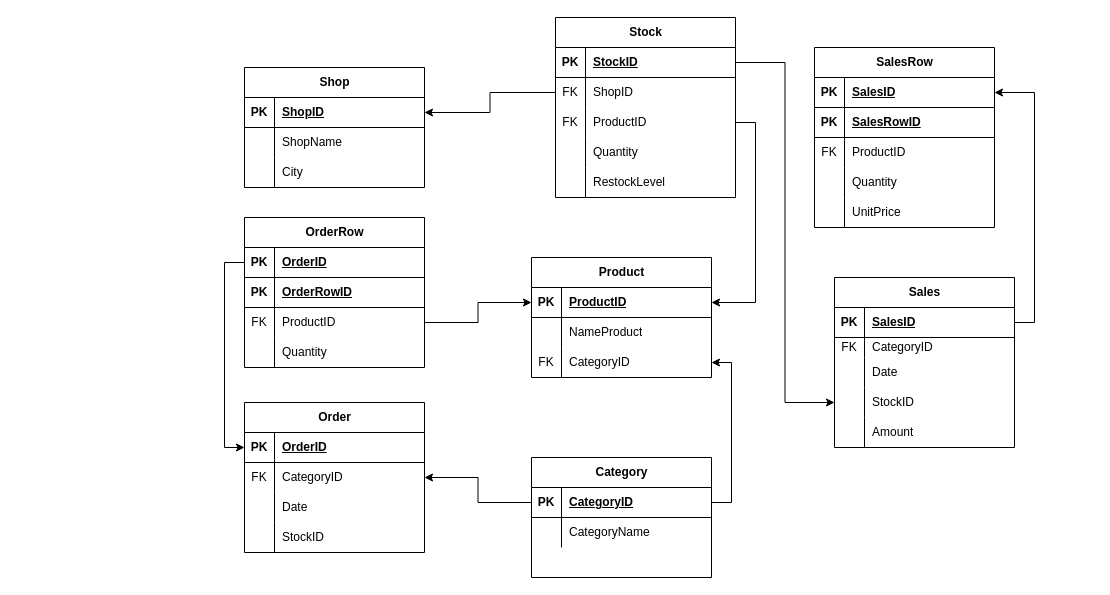
Before: Diagramma senza titolo.drawio in LuigiSolazzi/EpicodeSQL, a draw.io diagram. Source tidied: cells renumbered, new cells numbered last; positions are measured from the earlier drawing's top-left corner, leaving out a move shared by most shapes. Both pictures are drawn from the tidied source at 100%, with x=0, y=0 at pixel (244, 17).
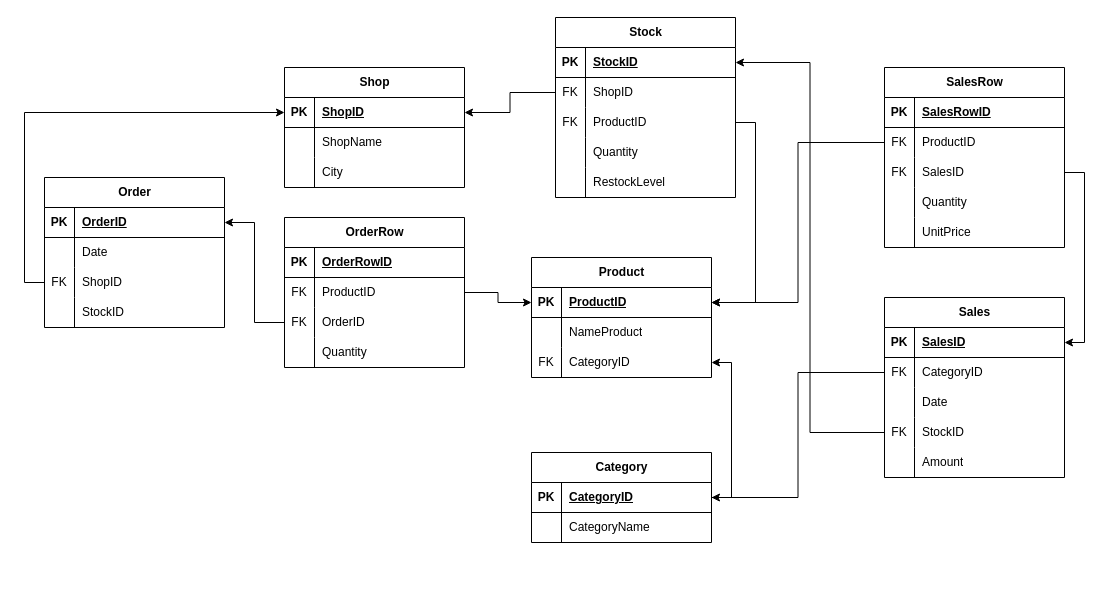
The same diagram, later.

Unchanged cells that the change refers to:
```xml
<mxCell id="3" style="shape=tableRow;horizontal=0;startSize=0;swimlaneHead=0;swimlaneBody=0;fillColor=none;points=[[0,0.5],[1,0.5]];portConstraint=eastwest;top=0;left=0;right=0;bottom=1;" parent="2" vertex="1">
  <mxGeometry y="30" width="180" height="30" as="geometry" />
</mxCell>
<mxCell id="9" style="shape=tableRow;horizontal=0;startSize=0;swimlaneHead=0;swimlaneBody=0;fillColor=none;points=[[0,0.5],[1,0.5]];portConstraint=eastwest;top=0;left=0;right=0;bottom=0;" parent="2" vertex="1">
  <mxGeometry y="90" width="180" height="30" as="geometry" />
</mxCell>
<mxCell id="13" style="shape=tableRow;horizontal=0;startSize=0;swimlaneHead=0;swimlaneBody=0;fillColor=none;points=[[0,0.5],[1,0.5]];portConstraint=eastwest;top=0;left=0;right=0;bottom=1;" parent="12" vertex="1">
  <mxGeometry y="30" width="180" height="30" as="geometry" />
</mxCell>
<mxCell id="36" style="shape=tableRow;horizontal=0;startSize=0;swimlaneHead=0;swimlaneBody=0;fillColor=none;points=[[0,0.5],[1,0.5]];portConstraint=eastwest;top=0;left=0;right=0;bottom=1;" parent="35" vertex="1">
  <mxGeometry y="30" width="180" height="30" as="geometry" />
</mxCell>
<mxCell id="46" style="shape=tableRow;horizontal=0;startSize=0;swimlaneHead=0;swimlaneBody=0;fillColor=none;points=[[0,0.5],[1,0.5]];portConstraint=eastwest;top=0;left=0;right=0;bottom=1;" parent="45" vertex="1">
  <mxGeometry y="30" width="180" height="30" as="geometry" />
</mxCell>
<mxCell id="74" style="shape=tableRow;horizontal=0;startSize=0;swimlaneHead=0;swimlaneBody=0;fillColor=none;points=[[0,0.5],[1,0.5]];portConstraint=eastwest;top=0;left=0;right=0;bottom=1;" parent="73" vertex="1">
  <mxGeometry y="30" width="180" height="30" as="geometry" />
</mxCell>
```

Diff of the diagram source:
```diff
@@
-    <mxCell id="28" value="Category" style="shape=table;startSize=30;childLayout=tableLayout;rowLines=0;fontStyle=1;align=center;html=1;" parent="1" vertex="1">
-      <mxGeometry x="287" y="440" width="180" height="120" as="geometry" />
-    </mxCell>
-    <mxCell id="29" style="shape=tableRow;horizontal=0;startSize=0;swimlaneHead=0;swimlaneBody=0;fillColor=none;points=[[0,0.5],[1,0.5]];portConstraint=eastwest;top=0;left=0;right=0;bottom=1;" parent="28" vertex="1">
-      <mxGeometry y="30" width="180" height="30" as="geometry" />
-    </mxCell>
-    <mxCell id="30" value="PK" style="shape=partialRectangle;fillColor=none;top=0;left=0;bottom=0;right=0;fontStyle=1;overflow=hidden;whiteSpace=wrap;html=1;" parent="29" vertex="1">
-      <mxGeometry width="30" height="30" as="geometry" />
-    </mxCell>
-    <mxCell id="31" value="CategoryID" style="shape=partialRectangle;fillColor=none;top=0;left=0;bottom=0;right=0;align=left;spacingLeft=6;fontStyle=5;overflow=hidden;whiteSpace=wrap;html=1;" parent="29" vertex="1">
-      <mxGeometry x="30" width="150" height="30" as="geometry" />
-    </mxCell>
-    <mxCell id="32" style="shape=tableRow;horizontal=0;startSize=0;swimlaneHead=0;swimlaneBody=0;fillColor=none;top=0;left=0;right=0;bottom=0;" parent="28" vertex="1">
-      <mxGeometry y="60" width="180" height="30" as="geometry" />
-    </mxCell>
-    <mxCell id="33" style="shape=partialRectangle;fillColor=none;top=0;left=0;bottom=0;right=0;overflow=hidden;whiteSpace=wrap;html=1;" parent="32" vertex="1">
-      <mxGeometry width="30" height="30" as="geometry" />
-    </mxCell>
-    <mxCell id="34" value="CategoryName" style="shape=partialRectangle;fillColor=none;top=0;left=0;bottom=0;right=0;align=left;spacingLeft=6;overflow=hidden;whiteSpace=wrap;html=1;" parent="32" vertex="1">
-      <mxGeometry x="30" width="150" height="30" as="geometry" />
-    </mxCell>
     <mxCell id="35" value="Shop" style="shape=table;startSize=30;childLayout=tableLayout;rowLines=0;fontStyle=1;align=center;html=1;" parent="1" vertex="1">
-      <mxGeometry y="50" width="180" height="120" as="geometry" />
+      <mxGeometry x="40" y="50" width="180" height="120" as="geometry" />
     </mxCell>
@@
     <mxCell id="45" value="Order" style="shape=table;startSize=30;childLayout=tableLayout;rowLines=0;fontStyle=1;align=center;html=1;" parent="1" vertex="1">
-      <mxGeometry y="385" width="180" height="150" as="geometry" />
+      <mxGeometry x="-200" y="160" width="180" height="150" as="geometry" />
     </mxCell>
@@
-    <mxCell id="49" style="shape=tableRow;horizontal=0;startSize=0;swimlaneHead=0;swimlaneBody=0;fillColor=none;points=[[0,0.5],[1,0.5]];portConstraint=eastwest;top=0;left=0;right=0;bottom=0;" parent="45" vertex="1">
-      <mxGeometry y="60" width="180" height="30" as="geometry" />
-    </mxCell>
-    <mxCell id="50" value="FK" style="shape=partialRectangle;fillColor=none;top=0;left=0;bottom=0;right=0;overflow=hidden;whiteSpace=wrap;html=1;" parent="49" vertex="1">
-      <mxGeometry width="30" height="30" as="geometry" />
-    </mxCell>
-    <mxCell id="51" value="CategoryID" style="shape=partialRectangle;fillColor=none;top=0;left=0;bottom=0;right=0;align=left;spacingLeft=6;overflow=hidden;whiteSpace=wrap;html=1;" parent="49" vertex="1">
-      <mxGeometry x="30" width="150" height="30" as="geometry" />
-    </mxCell>
     <mxCell id="52" style="shape=tableRow;horizontal=0;startSize=0;swimlaneHead=0;swimlaneBody=0;fillColor=none;top=0;left=0;right=0;bottom=0;" parent="45" vertex="1">
-      <mxGeometry y="90" width="180" height="30" as="geometry" />
+      <mxGeometry y="60" width="180" height="30" as="geometry" />
     </mxCell>
@@
+    <mxCell id="111" style="shape=tableRow;horizontal=0;startSize=0;swimlaneHead=0;swimlaneBody=0;fillColor=none;points=[[0,0.5],[1,0.5]];portConstraint=eastwest;top=0;left=0;right=0;bottom=0;" parent="45" vertex="1">
+      <mxGeometry y="90" width="180" height="30" as="geometry" />
+    </mxCell>
+    <mxCell id="112" value="FK" style="shape=partialRectangle;fillColor=none;top=0;left=0;bottom=0;right=0;overflow=hidden;whiteSpace=wrap;html=1;" parent="111" vertex="1">
+      <mxGeometry width="30" height="30" as="geometry" />
+    </mxCell>
+    <mxCell id="113" value="ShopID" style="shape=partialRectangle;fillColor=none;top=0;left=0;bottom=0;right=0;align=left;spacingLeft=6;overflow=hidden;whiteSpace=wrap;html=1;" parent="111" vertex="1">
+      <mxGeometry x="30" width="150" height="30" as="geometry" />
+    </mxCell>
@@
     <mxCell id="58" value="OrderRow" style="shape=table;startSize=30;childLayout=tableLayout;rowLines=0;fontStyle=1;align=center;html=1;" parent="1" vertex="1">
-      <mxGeometry y="200" width="180" height="150" as="geometry" />
+      <mxGeometry x="40" y="200" width="180" height="150" as="geometry" />
     </mxCell>
-    <mxCell id="59" style="shape=tableRow;horizontal=0;startSize=0;swimlaneHead=0;swimlaneBody=0;fillColor=none;points=[[0,0.5],[1,0.5]];portConstraint=eastwest;top=0;left=0;right=0;bottom=1;" parent="58" vertex="1">
-      <mxGeometry y="30" width="180" height="30" as="geometry" />
-    </mxCell>
-    <mxCell id="60" value="PK" style="shape=partialRectangle;fillColor=none;top=0;left=0;bottom=0;right=0;fontStyle=1;overflow=hidden;whiteSpace=wrap;html=1;" parent="59" vertex="1">
-      <mxGeometry width="30" height="30" as="geometry" />
-    </mxCell>
-    <mxCell id="61" value="OrderID" style="shape=partialRectangle;fillColor=none;top=0;left=0;bottom=0;right=0;align=left;spacingLeft=6;fontStyle=5;overflow=hidden;whiteSpace=wrap;html=1;" parent="59" vertex="1">
-      <mxGeometry x="30" width="150" height="30" as="geometry" />
-    </mxCell>
     <mxCell id="62" style="shape=tableRow;horizontal=0;startSize=0;swimlaneHead=0;swimlaneBody=0;fillColor=none;top=0;left=0;right=0;bottom=1;" parent="58" vertex="1">
-      <mxGeometry y="60" width="180" height="30" as="geometry" />
+      <mxGeometry y="30" width="180" height="30" as="geometry" />
     </mxCell>
@@
     <mxCell id="65" style="shape=tableRow;horizontal=0;startSize=0;swimlaneHead=0;swimlaneBody=0;fillColor=none;points=[[0,0.5],[1,0.5]];portConstraint=eastwest;top=0;left=0;right=0;bottom=0;" parent="58" vertex="1">
-      <mxGeometry y="90" width="180" height="30" as="geometry" />
+      <mxGeometry y="60" width="180" height="30" as="geometry" />
     </mxCell>
@@
+    <mxCell id="114" style="shape=tableRow;horizontal=0;startSize=0;swimlaneHead=0;swimlaneBody=0;fillColor=none;points=[[0,0.5],[1,0.5]];portConstraint=eastwest;top=0;left=0;right=0;bottom=0;" parent="58" vertex="1">
+      <mxGeometry y="90" width="180" height="30" as="geometry" />
+    </mxCell>
+    <mxCell id="115" value="FK" style="shape=partialRectangle;fillColor=none;top=0;left=0;bottom=0;right=0;overflow=hidden;whiteSpace=wrap;html=1;" parent="114" vertex="1">
+      <mxGeometry width="30" height="30" as="geometry" />
+    </mxCell>
+    <mxCell id="61" value="OrderID" style="shape=partialRectangle;fillColor=none;top=0;left=0;bottom=0;right=0;align=left;spacingLeft=6;overflow=hidden;whiteSpace=wrap;html=1;" parent="114" vertex="1">
+      <mxGeometry x="30" width="150" height="30" as="geometry" />
+    </mxCell>
@@
-    <mxCell id="71" style="edgeStyle=orthogonalEdgeStyle;rounded=0;jettySize=auto;html=1;exitX=0;exitY=0.5;exitDx=0;exitDy=0;entryX=1;entryY=0.5;entryDx=0;entryDy=0;" parent="1" edge="1" source="29" target="49">
-      <mxGeometry relative="1" as="geometry" />
-    </mxCell>
@@
     <mxCell id="73" value="Sales" style="shape=table;startSize=30;childLayout=tableLayout;rowLines=0;fontStyle=1;align=center;html=1;" parent="1" vertex="1">
-      <mxGeometry x="590" y="260" width="180" height="170" as="geometry" />
+      <mxGeometry x="640" y="280" width="180" height="180" as="geometry" />
     </mxCell>
@@
     <mxCell id="77" style="shape=tableRow;horizontal=0;startSize=0;swimlaneHead=0;swimlaneBody=0;fillColor=none;points=[[0,0.5],[1,0.5]];portConstraint=eastwest;top=0;left=0;right=0;bottom=0;" parent="73" vertex="1">
-      <mxGeometry y="60" width="180" height="20" as="geometry" />
+      <mxGeometry y="60" width="180" height="30" as="geometry" />
     </mxCell>
     <mxCell id="78" value="FK" style="shape=partialRectangle;fillColor=none;top=0;left=0;bottom=0;right=0;overflow=hidden;whiteSpace=wrap;html=1;" parent="77" vertex="1">
-      <mxGeometry width="30" height="20" as="geometry" />
+      <mxGeometry width="30" height="30" as="geometry" />
     </mxCell>
     <mxCell id="79" value="CategoryID" style="shape=partialRectangle;fillColor=none;top=0;left=0;bottom=0;right=0;align=left;spacingLeft=6;overflow=hidden;whiteSpace=wrap;html=1;" parent="77" vertex="1">
-      <mxGeometry x="30" width="150" height="20" as="geometry" />
+      <mxGeometry x="30" width="150" height="30" as="geometry" />
     </mxCell>
     <mxCell id="80" style="shape=tableRow;horizontal=0;startSize=0;swimlaneHead=0;swimlaneBody=0;fillColor=none;top=0;left=0;right=0;bottom=0;" parent="73" vertex="1">
-      <mxGeometry y="80" width="180" height="30" as="geometry" />
+      <mxGeometry y="90" width="180" height="30" as="geometry" />
     </mxCell>
@@
     <mxCell id="83" style="shape=tableRow;horizontal=0;startSize=0;swimlaneHead=0;swimlaneBody=0;fillColor=none;points=[[0,0.5],[1,0.5]];portConstraint=eastwest;top=0;left=0;right=0;bottom=0;" parent="73" vertex="1">
-      <mxGeometry y="110" width="180" height="30" as="geometry" />
+      <mxGeometry y="120" width="180" height="30" as="geometry" />
     </mxCell>
-    <mxCell id="84" style="shape=partialRectangle;fillColor=none;top=0;left=0;bottom=0;right=0;overflow=hidden;whiteSpace=wrap;html=1;" parent="83" vertex="1">
+    <mxCell id="84" value="FK" style="shape=partialRectangle;fillColor=none;top=0;left=0;bottom=0;right=0;overflow=hidden;whiteSpace=wrap;html=1;" parent="83" vertex="1">
       <mxGeometry width="30" height="30" as="geometry" />
     </mxCell>
@@
     <mxCell id="86" style="shape=tableRow;horizontal=0;startSize=0;swimlaneHead=0;swimlaneBody=0;fillColor=none;top=0;left=0;right=0;bottom=0;" parent="73" vertex="1">
-      <mxGeometry y="140" width="180" height="30" as="geometry" />
+      <mxGeometry y="150" width="180" height="30" as="geometry" />
     </mxCell>
@@
     <mxCell id="89" value="SalesRow" style="shape=table;startSize=30;childLayout=tableLayout;rowLines=0;fontStyle=1;align=center;html=1;" parent="1" vertex="1">
-      <mxGeometry x="570" y="30" width="180" height="180" as="geometry" />
+      <mxGeometry x="640" y="50" width="180" height="180" as="geometry" />
     </mxCell>
-    <mxCell id="90" style="shape=tableRow;horizontal=0;startSize=0;swimlaneHead=0;swimlaneBody=0;fillColor=none;points=[[0,0.5],[1,0.5]];portConstraint=eastwest;top=0;left=0;right=0;bottom=1;" parent="89" vertex="1">
-      <mxGeometry y="30" width="180" height="30" as="geometry" />
-    </mxCell>
-    <mxCell id="91" value="PK" style="shape=partialRectangle;fillColor=none;top=0;left=0;bottom=0;right=0;fontStyle=1;overflow=hidden;whiteSpace=wrap;html=1;" parent="90" vertex="1">
-      <mxGeometry width="30" height="30" as="geometry" />
-    </mxCell>
-    <mxCell id="92" value="SalesID" style="shape=partialRectangle;fillColor=none;top=0;left=0;bottom=0;right=0;align=left;spacingLeft=6;fontStyle=5;overflow=hidden;whiteSpace=wrap;html=1;" parent="90" vertex="1">
-      <mxGeometry x="30" width="150" height="30" as="geometry" />
-    </mxCell>
     <mxCell id="93" style="shape=tableRow;horizontal=0;startSize=0;swimlaneHead=0;swimlaneBody=0;fillColor=none;top=0;left=0;right=0;bottom=1;" parent="89" vertex="1">
-      <mxGeometry y="60" width="180" height="30" as="geometry" />
+      <mxGeometry y="30" width="180" height="30" as="geometry" />
     </mxCell>
@@
     <mxCell id="96" style="shape=tableRow;horizontal=0;startSize=0;swimlaneHead=0;swimlaneBody=0;fillColor=none;points=[[0,0.5],[1,0.5]];portConstraint=eastwest;top=0;left=0;right=0;bottom=0;" parent="89" vertex="1">
-      <mxGeometry y="90" width="180" height="30" as="geometry" />
+      <mxGeometry y="60" width="180" height="30" as="geometry" />
     </mxCell>
@@
+    <mxCell id="116" style="shape=tableRow;horizontal=0;startSize=0;swimlaneHead=0;swimlaneBody=0;fillColor=none;points=[[0,0.5],[1,0.5]];portConstraint=eastwest;top=0;left=0;right=0;bottom=0;" parent="89" vertex="1">
+      <mxGeometry y="90" width="180" height="30" as="geometry" />
+    </mxCell>
+    <mxCell id="117" value="FK" style="shape=partialRectangle;fillColor=none;top=0;left=0;bottom=0;right=0;overflow=hidden;whiteSpace=wrap;html=1;" parent="116" vertex="1">
+      <mxGeometry width="30" height="30" as="geometry" />
+    </mxCell>
+    <mxCell id="92" value="SalesID" style="shape=partialRectangle;fillColor=none;top=0;left=0;bottom=0;right=0;align=left;spacingLeft=6;overflow=hidden;whiteSpace=wrap;html=1;" parent="116" vertex="1">
+      <mxGeometry x="30" width="150" height="30" as="geometry" />
+    </mxCell>
@@
-    <mxCell id="106" style="edgeStyle=orthogonalEdgeStyle;rounded=0;jettySize=auto;html=1;exitX=1;exitY=0.5;exitDx=0;exitDy=0;" parent="1" edge="1" source="13" target="83">
-      <mxGeometry relative="1" as="geometry" />
-    </mxCell>
-    <mxCell id="107" style="edgeStyle=orthogonalEdgeStyle;rounded=0;jettySize=auto;html=1;exitX=1;exitY=0.5;exitDx=0;exitDy=0;entryX=1;entryY=0.5;entryDx=0;entryDy=0;" parent="1" edge="1" source="74" target="90">
-      <mxGeometry relative="1" as="geometry" />
-    </mxCell>
-    <mxCell id="108" style="edgeStyle=orthogonalEdgeStyle;rounded=0;jettySize=auto;html=1;exitX=0;exitY=0.5;exitDx=0;exitDy=0;entryX=0;entryY=0.5;entryDx=0;entryDy=0;" parent="1" edge="1" source="59" target="46">
-      <mxGeometry relative="1" as="geometry" />
-    </mxCell>
@@
-    <mxCell id="110" style="edgeStyle=orthogonalEdgeStyle;rounded=0;jettySize=auto;html=1;exitX=1;exitY=0.5;exitDx=0;exitDy=0;entryX=1;entryY=0.5;entryDx=0;entryDy=0;" parent="1" edge="1" source="29" target="9">
-      <mxGeometry relative="1" as="geometry" />
-    </mxCell>
+    <mxCell id="28" value="Category" style="shape=table;startSize=30;childLayout=tableLayout;rowLines=0;fontStyle=1;align=center;html=1;" parent="1" vertex="1">
+      <mxGeometry x="287" y="435" width="180" height="90" as="geometry" />
+    </mxCell>
+    <mxCell id="118" style="shape=tableRow;horizontal=0;startSize=0;swimlaneHead=0;swimlaneBody=0;fillColor=none;points=[[0,0.5],[1,0.5]];portConstraint=eastwest;top=0;left=0;right=0;bottom=1;" parent="28" vertex="1">
+      <mxGeometry y="30" width="180" height="30" as="geometry" />
+    </mxCell>
+    <mxCell id="119" value="PK" style="shape=partialRectangle;fillColor=none;top=0;left=0;bottom=0;right=0;fontStyle=1;overflow=hidden;whiteSpace=wrap;html=1;" parent="118" vertex="1">
+      <mxGeometry width="30" height="30" as="geometry" />
+    </mxCell>
+    <mxCell id="31" value="CategoryID" style="shape=partialRectangle;fillColor=none;top=0;left=0;bottom=0;right=0;align=left;spacingLeft=6;fontStyle=5;overflow=hidden;whiteSpace=wrap;html=1;" parent="118" vertex="1">
+      <mxGeometry x="30" width="150" height="30" as="geometry" />
+    </mxCell>
+    <mxCell id="120" style="shape=tableRow;horizontal=0;startSize=0;swimlaneHead=0;swimlaneBody=0;fillColor=none;top=0;left=0;right=0;bottom=0;" parent="28" vertex="1">
+      <mxGeometry y="60" width="180" height="30" as="geometry" />
+    </mxCell>
+    <mxCell id="33" style="shape=partialRectangle;fillColor=none;top=0;left=0;bottom=0;right=0;overflow=hidden;whiteSpace=wrap;html=1;" parent="120" vertex="1">
+      <mxGeometry width="30" height="30" as="geometry" />
+    </mxCell>
+    <mxCell id="34" value="CategoryName" style="shape=partialRectangle;fillColor=none;top=0;left=0;bottom=0;right=0;align=left;spacingLeft=6;overflow=hidden;whiteSpace=wrap;html=1;" parent="120" vertex="1">
+      <mxGeometry x="30" width="150" height="30" as="geometry" />
+    </mxCell>
+    <mxCell id="121" style="edgeStyle=orthogonalEdgeStyle;rounded=0;jettySize=auto;html=1;exitX=0;exitY=0.5;exitDx=0;exitDy=0;entryX=1;entryY=0.5;entryDx=0;entryDy=0;" parent="1" edge="1" source="96" target="3">
+      <mxGeometry relative="1" as="geometry" />
+    </mxCell>
+    <mxCell id="122" style="edgeStyle=orthogonalEdgeStyle;rounded=0;jettySize=auto;html=1;exitX=1;exitY=0.5;exitDx=0;exitDy=0;entryX=1;entryY=0.5;entryDx=0;entryDy=0;" parent="1" edge="1" source="118" target="9">
+      <mxGeometry relative="1" as="geometry" />
+    </mxCell>
+    <mxCell id="123" style="edgeStyle=orthogonalEdgeStyle;rounded=0;jettySize=auto;html=1;exitX=0;exitY=0.5;exitDx=0;exitDy=0;entryX=0;entryY=0.5;entryDx=0;entryDy=0;" parent="1" edge="1" source="111" target="36">
+      <mxGeometry relative="1" as="geometry" />
+    </mxCell>
+    <mxCell id="124" style="edgeStyle=orthogonalEdgeStyle;rounded=0;jettySize=auto;html=1;exitX=0;exitY=0.5;exitDx=0;exitDy=0;entryX=1;entryY=0.5;entryDx=0;entryDy=0;" parent="1" edge="1" source="114" target="46">
+      <mxGeometry relative="1" as="geometry" />
+    </mxCell>
+    <mxCell id="125" style="edgeStyle=orthogonalEdgeStyle;rounded=0;jettySize=auto;html=1;exitX=0;exitY=0.5;exitDx=0;exitDy=0;entryX=1;entryY=0.5;entryDx=0;entryDy=0;" parent="1" edge="1" source="83" target="13">
+      <mxGeometry relative="1" as="geometry" />
+    </mxCell>
+    <mxCell id="126" style="edgeStyle=orthogonalEdgeStyle;rounded=0;jettySize=auto;html=1;exitX=0;exitY=0.5;exitDx=0;exitDy=0;entryX=1;entryY=0.5;entryDx=0;entryDy=0;" parent="1" edge="1" source="77" target="118">
+      <mxGeometry relative="1" as="geometry" />
+    </mxCell>
+    <mxCell id="127" style="edgeStyle=orthogonalEdgeStyle;rounded=0;jettySize=auto;html=1;exitX=1;exitY=0.5;exitDx=0;exitDy=0;entryX=1;entryY=0.5;entryDx=0;entryDy=0;" parent="1" edge="1" source="116" target="74">
+      <mxGeometry relative="1" as="geometry" />
+    </mxCell>
```
